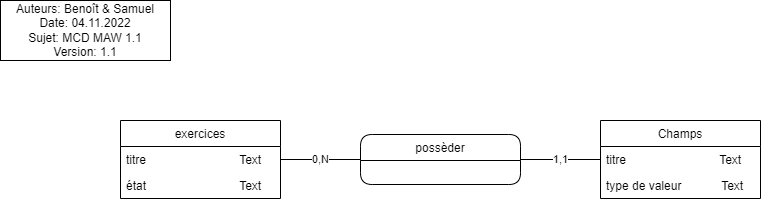
Before: modelisation/MCD.png, a diagram exported from draw.io (CPNV-ES/MAW1-BPT-SMD). Source tidied: cells renumbered, new cells last; positions are measured from the earlier drawing's top-left corner, leaving out a move shared by most shapes.
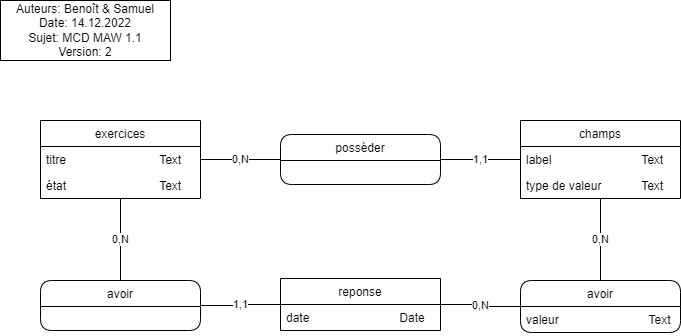
After the commit.

Change to the diagram source:
```diff
@@ -11,13 +11,13 @@
     <mxCell id="4" value="état                            Text                           " style="text;align=left;verticalAlign=top;spacingLeft=4;spacingRight=4;overflow=hidden;" parent="2" vertex="1">
       <mxGeometry y="52" width="160" height="26" as="geometry" />
     </mxCell>
-    <mxCell id="5" value="Auteurs: Benoît &amp;amp; Samuel&lt;br&gt;Date: 04.11.2022&lt;br&gt;Sujet: MCD MAW 1.1&lt;br&gt;Version: 1.1" style="rounded=0;whiteSpace=wrap;html=1;" parent="1" vertex="1">
-      <mxGeometry width="170" height="60" as="geometry" />
+    <mxCell id="5" value="Auteurs: Benoît &amp;amp; Samuel&lt;br&gt;Date: 14.12.2022&lt;br&gt;Sujet: MCD MAW 1.1&lt;br&gt;Version: 2" style="rounded=0;whiteSpace=wrap;html=1;" parent="1" vertex="1">
+      <mxGeometry x="80" width="170" height="60" as="geometry" />
     </mxCell>
-    <mxCell id="6" value="Champs" style="swimlane;fontStyle=0;align=center;verticalAlign=top;horizontal=1;startSize=26;rounded=0;shadow=0;strokeWidth=1;" parent="1" vertex="1">
+    <mxCell id="6" value="champs" style="swimlane;fontStyle=0;align=center;verticalAlign=top;horizontal=1;startSize=26;rounded=0;shadow=0;strokeWidth=1;" parent="1" vertex="1">
       <mxGeometry x="600" y="120" width="160" height="78" as="geometry" />
     </mxCell>
-    <mxCell id="7" value="titre                            Text" style="text;align=left;verticalAlign=top;spacingLeft=4;spacingRight=4;overflow=hidden;points=[[0,0.5],[1,0.5]];portConstraint=eastwest;" parent="6" vertex="1">
+    <mxCell id="7" value="label                           Text" style="text;align=left;verticalAlign=top;spacingLeft=4;spacingRight=4;overflow=hidden;points=[[0,0.5],[1,0.5]];portConstraint=eastwest;" parent="6" vertex="1">
       <mxGeometry y="26" width="160" height="26" as="geometry" />
     </mxCell>
     <mxCell id="8" value="type de valeur            Text" style="text;align=left;verticalAlign=top;spacingLeft=4;spacingRight=4;overflow=hidden;" parent="6" vertex="1">
@@ -32,5 +32,32 @@
     <mxCell id="11" value="1,1" style="edgeStyle=orthogonalEdgeStyle;rounded=0;jettySize=auto;html=1;exitX=1;exitY=0.5;exitDx=0;exitDy=0;endArrow=none;endFill=0;" parent="1" edge="1" source="9" target="7">
       <mxGeometry relative="1" as="geometry" />
     </mxCell>
+    <mxCell id="12" value="reponse" style="swimlane;fontStyle=0;align=center;verticalAlign=top;horizontal=1;startSize=26;rounded=0;shadow=0;strokeWidth=1;" parent="1" vertex="1">
+      <mxGeometry x="360" y="278" width="160" height="52" as="geometry" />
+    </mxCell>
+    <mxCell id="13" value="date                           Date" style="text;align=left;verticalAlign=top;spacingLeft=4;spacingRight=4;overflow=hidden;" parent="12" vertex="1">
+      <mxGeometry y="26" width="160" height="26" as="geometry" />
+    </mxCell>
+    <mxCell id="14" value="avoir" style="swimlane;fontStyle=0;align=center;verticalAlign=top;horizontal=1;startSize=26;rounded=1;shadow=0;strokeWidth=1;" parent="1" vertex="1">
+      <mxGeometry x="120" y="280" width="160" height="50" as="geometry" />
+    </mxCell>
+    <mxCell id="15" value="avoir" style="swimlane;fontStyle=0;align=center;verticalAlign=top;horizontal=1;startSize=26;rounded=1;shadow=0;strokeWidth=1;" parent="1" vertex="1">
+      <mxGeometry x="600" y="280" width="160" height="52" as="geometry" />
+    </mxCell>
+    <mxCell id="16" value="valeur                           Text" style="text;align=left;verticalAlign=top;spacingLeft=4;spacingRight=4;overflow=hidden;" parent="15" vertex="1">
+      <mxGeometry y="26" width="160" height="26" as="geometry" />
+    </mxCell>
+    <mxCell id="17" value="0,N" style="edgeStyle=orthogonalEdgeStyle;rounded=0;jettySize=auto;html=1;endArrow=none;endFill=0;" parent="1" edge="1" source="14" target="2">
+      <mxGeometry relative="1" as="geometry" />
+    </mxCell>
+    <mxCell id="18" value="1,1" style="edgeStyle=orthogonalEdgeStyle;rounded=0;jettySize=auto;html=1;endArrow=none;endFill=0;" parent="1" edge="1" source="14" target="12">
+      <mxGeometry relative="1" as="geometry" />
+    </mxCell>
+    <mxCell id="19" value="0,N" style="edgeStyle=orthogonalEdgeStyle;rounded=0;jettySize=auto;html=1;endArrow=none;endFill=0;" parent="1" edge="1" source="15" target="6">
+      <mxGeometry relative="1" as="geometry" />
+    </mxCell>
+    <mxCell id="20" value="0,N" style="edgeStyle=orthogonalEdgeStyle;rounded=0;jettySize=auto;html=1;endArrow=none;endFill=0;" parent="1" edge="1" source="12" target="15">
+      <mxGeometry relative="1" as="geometry" />
+    </mxCell>
   </root>
 </mxGraphModel>
```
